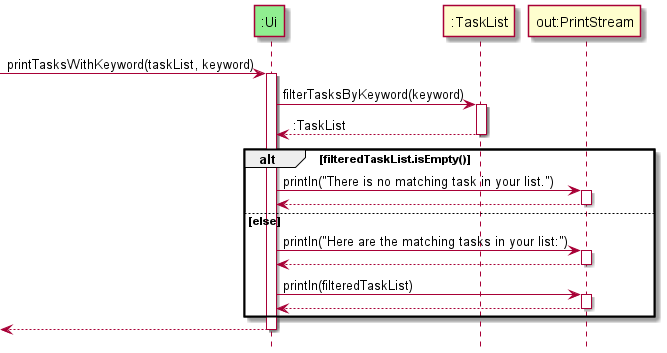
The PlantUML diagram docs/images/PrintTasksWithKeywordSequenceDiagram.png in nus-cs2113-AY2122S1/tp, before a commit.
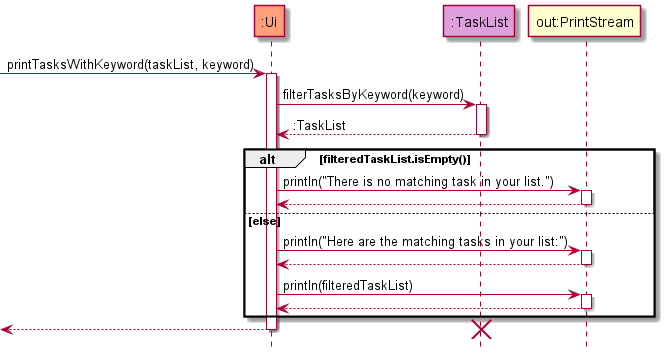
After the commit.

Change to the diagram source:
```diff
@@ -1,9 +1,10 @@
 @startuml
-participant ":Ui" as ui #lightgreen
-participant ":TaskList" as tasks
+
+!include Style.puml
+
+participant ":Ui" as ui UI_COLOR
+participant ":TaskList" as tasks MODEL_COLOR
 participant "out:PrintStream" as out
-
-hide footbox
 
 [-> ui : printTasksWithKeyword(taskList, keyword)
 activate ui
@@ -18,6 +19,7 @@
 
 ui -> out : println("There is no matching task in your list.")
 activate out
+
 out --> ui
 deactivate out
 
@@ -25,15 +27,18 @@
 
 ui -> out : println("Here are the matching tasks in your list:")
 activate out
+
 out --> ui
 deactivate out
 
 ui -> out : println(filteredTaskList)
 activate out
+
 out --> ui
 deactivate out
 
 end
 [<-- ui
 deactivate ui
+destroy tasks
 @enduml
```
